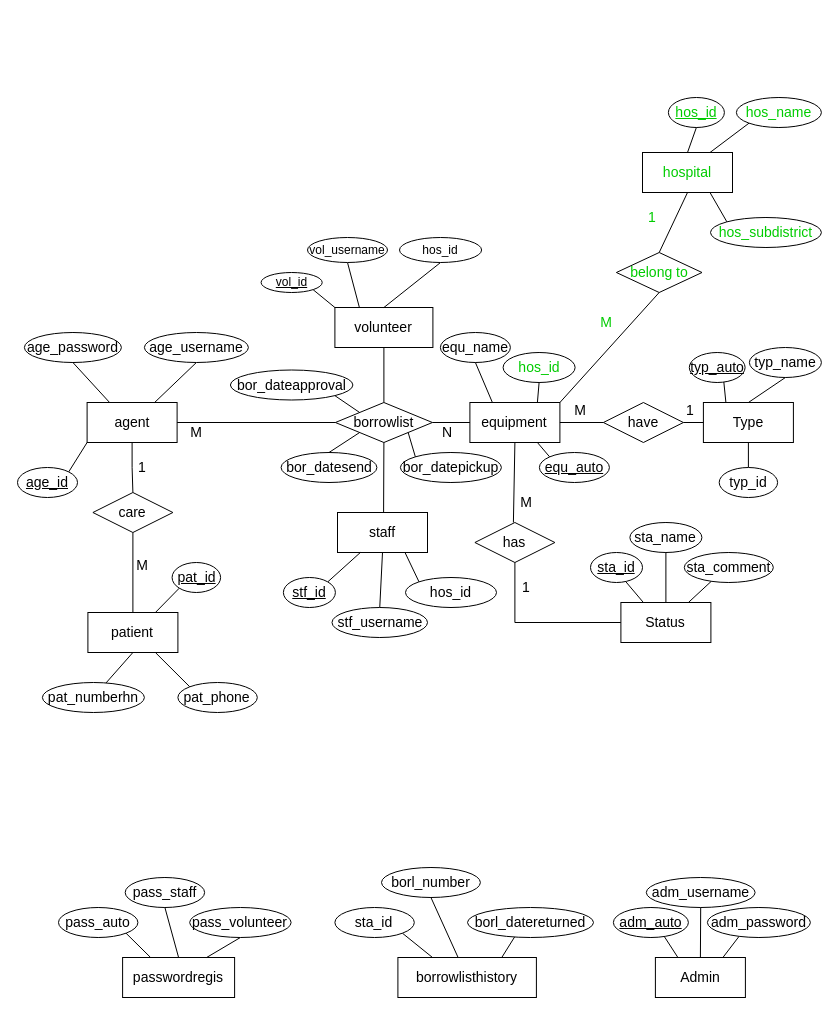
Before: ER_jmk_medstock.drawio in oown-mac/jmk_medstock_diagram, a draw.io diagram. Source tidied: cells renumbered, new cells numbered last; positions are measured from the earlier drawing's top-left corner, leaving out a move shared by most shapes. Both pictures are drawn from the tidied source at 100%, with x=0, y=0 at pixel (17, 97).
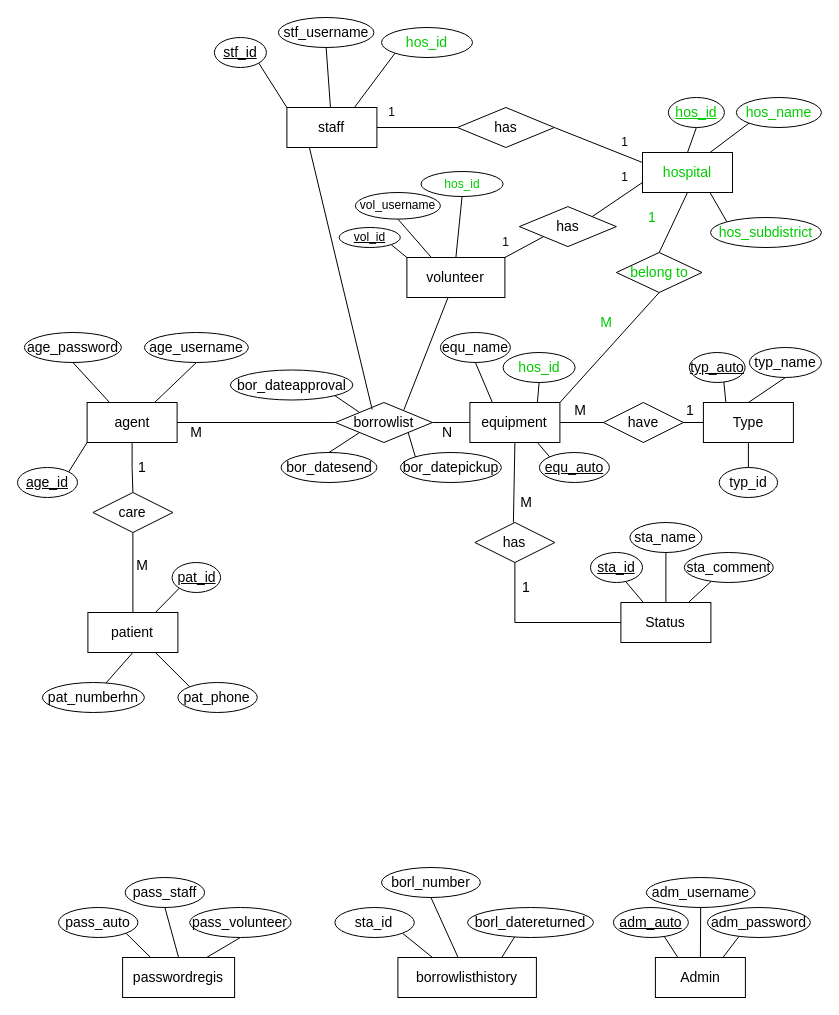
After the change.

Unchanged cells that the change refers to:
```xml
<mxCell id="12" value="borrowlist" style="rhombus;whiteSpace=wrap;html=1;fontSize=14;" parent="1" vertex="1">
  <mxGeometry x="317.9" y="305" width="97" height="40" as="geometry" />
</mxCell>
<mxCell id="68" value="&lt;font style=&quot;font-size: 14px;&quot;&gt;hospital&lt;/font&gt;" style="rounded=0;whiteSpace=wrap;html=1;fontSize=14;fontColor=#00CC00;" parent="1" vertex="1">
  <mxGeometry x="625" y="55" width="90" height="40" as="geometry" />
</mxCell>
```

Diff of the diagram source:
```diff
@@
-    <mxCell id="11" style="edgeStyle=orthogonalEdgeStyle;rounded=0;jettySize=auto;html=1;exitX=0.5;exitY=0;exitDx=0;exitDy=0;endArrow=none;endFill=0;" parent="1" edge="1" source="12" target="83">
+    <mxCell id="11" style="rounded=0;jettySize=auto;html=1;exitX=0.706;exitY=0.183;exitDx=0;exitDy=0;endArrow=none;endFill=0;exitPerimeter=0;" parent="1" edge="1" source="12" target="83">
       <mxGeometry relative="1" as="geometry" />
     </mxCell>
@@
-    <mxCell id="67" style="endArrow=none;html=1;rounded=0;exitX=0.5;exitY=0;exitDx=0;exitDy=0;entryX=0.5;entryY=1;entryDx=0;entryDy=0;fontSize=14;" parent="1" edge="1" target="12">
-      <mxGeometry relative="1" as="geometry">
-        <mxPoint x="366.1" y="415" as="sourcePoint" />
-      </mxGeometry>
-    </mxCell>
@@
     <mxCell id="83" value="&lt;font style=&quot;font-size: 14px;&quot;&gt;volunteer&lt;/font&gt;" style="rounded=0;whiteSpace=wrap;html=1;" parent="1" vertex="1">
-      <mxGeometry x="317.4" y="210" width="98" height="40" as="geometry" />
+      <mxGeometry x="389.4" y="160" width="98" height="40" as="geometry" />
     </mxCell>
@@
     <mxCell id="87" value="&lt;u&gt;vol_id&lt;/u&gt;" style="ellipse;whiteSpace=wrap;html=1;" parent="1" vertex="1">
-      <mxGeometry x="243.6" y="175" width="61.1" height="20" as="geometry" />
+      <mxGeometry x="321.7" y="130" width="61.1" height="20" as="geometry" />
     </mxCell>
@@
     <mxCell id="89" value="vol_username" style="ellipse;whiteSpace=wrap;html=1;" parent="1" vertex="1">
-      <mxGeometry x="290" y="140" width="80" height="25" as="geometry" />
+      <mxGeometry x="337.9" y="95" width="85" height="26.6" as="geometry" />
     </mxCell>
@@
-    <mxCell id="91" value="&lt;font style=&quot;color: light-dark(rgb(0, 0, 0), rgb(0, 204, 0));&quot;&gt;hos_id&lt;/font&gt;" style="ellipse;whiteSpace=wrap;html=1;" parent="1" vertex="1">
-      <mxGeometry x="382" y="140" width="82.1" height="25" as="geometry" />
+    <mxCell id="91" value="&lt;font style=&quot;color: light-dark(rgb(0, 204, 0), rgb(0, 204, 0));&quot;&gt;hos_id&lt;/font&gt;" style="ellipse;whiteSpace=wrap;html=1;" parent="1" vertex="1">
+      <mxGeometry x="403.5" y="74" width="82.1" height="25" as="geometry" />
     </mxCell>
@@
+    <mxCell id="112" style="rounded=0;jettySize=auto;html=1;exitX=0.25;exitY=1;exitDx=0;exitDy=0;entryX=0.379;entryY=0.175;entryDx=0;entryDy=0;endArrow=none;endFill=0;entryPerimeter=0;" parent="1" edge="1" source="105" target="12">
+      <mxGeometry relative="1" as="geometry" />
+    </mxCell>
     <mxCell id="105" value="&lt;div style=&quot;font-size: 14px;&quot;&gt;&lt;font style=&quot;font-size: 14px;&quot;&gt;staff&lt;/font&gt;&lt;/div&gt;" style="rounded=0;whiteSpace=wrap;html=1;fontSize=14;" parent="1" vertex="1">
-      <mxGeometry x="320" y="415" width="90" height="40" as="geometry" />
+      <mxGeometry x="269.4" y="10" width="90" height="40" as="geometry" />
     </mxCell>
-    <mxCell id="106" style="rounded=0;jettySize=auto;html=1;exitX=0;exitY=0;exitDx=0;exitDy=0;entryX=0.75;entryY=1;entryDx=0;entryDy=0;endArrow=none;endFill=0;" parent="1" edge="1" source="107" target="105">
+    <mxCell id="106" style="rounded=0;jettySize=auto;html=1;exitX=0;exitY=1;exitDx=0;exitDy=0;entryX=0.75;entryY=0;entryDx=0;entryDy=0;endArrow=none;endFill=0;" parent="1" edge="1" source="107" target="105">
       <mxGeometry relative="1" as="geometry" />
     </mxCell>
-    <mxCell id="107" value="&lt;font style=&quot;font-size: 14px; color: light-dark(rgb(0, 0, 0), rgb(0, 204, 0));&quot;&gt;hos_id&lt;/font&gt;" style="ellipse;whiteSpace=wrap;html=1;fontSize=14;" parent="1" vertex="1">
-      <mxGeometry x="388" y="480" width="91" height="30" as="geometry" />
+    <mxCell id="107" value="&lt;font style=&quot;font-size: 14px; color: light-dark(rgb(0, 204, 0), rgb(0, 204, 0));&quot;&gt;hos_id&lt;/font&gt;" style="ellipse;whiteSpace=wrap;html=1;fontSize=14;" parent="1" vertex="1">
+      <mxGeometry x="364" y="-70" width="91" height="30" as="geometry" />
     </mxCell>
-    <mxCell id="108" style="rounded=0;jettySize=auto;html=1;exitX=1;exitY=0;exitDx=0;exitDy=0;endArrow=none;endFill=0;" parent="1" edge="1" source="109" target="105">
+    <mxCell id="108" style="rounded=0;jettySize=auto;html=1;exitX=1;exitY=1;exitDx=0;exitDy=0;entryX=0;entryY=0;entryDx=0;entryDy=0;endArrow=none;endFill=0;" parent="1" edge="1" source="109" target="105">
       <mxGeometry relative="1" as="geometry" />
     </mxCell>
     <mxCell id="109" value="&lt;font style=&quot;font-size: 14px;&quot;&gt;&lt;u&gt;stf_id&lt;/u&gt;&lt;/font&gt;" style="ellipse;whiteSpace=wrap;html=1;fontSize=14;" parent="1" vertex="1">
-      <mxGeometry x="265.9" y="480" width="52" height="30" as="geometry" />
+      <mxGeometry x="196.9" y="-60" width="52" height="30" as="geometry" />
     </mxCell>
-    <mxCell id="110" style="rounded=0;jettySize=auto;html=1;exitX=0.5;exitY=0;exitDx=0;exitDy=0;entryX=0.5;entryY=1;entryDx=0;entryDy=0;endArrow=none;endFill=0;" parent="1" edge="1" source="111" target="105">
+    <mxCell id="110" style="rounded=0;jettySize=auto;html=1;exitX=0.5;exitY=1;exitDx=0;exitDy=0;endArrow=none;endFill=0;" parent="1" edge="1" source="111" target="105">
       <mxGeometry relative="1" as="geometry" />
     </mxCell>
     <mxCell id="111" value="&lt;font style=&quot;font-size: 14px;&quot;&gt;stf_username&lt;/font&gt;" style="ellipse;whiteSpace=wrap;html=1;fontSize=14;" parent="1" vertex="1">
-      <mxGeometry x="314.5" y="510" width="95.5" height="30" as="geometry" />
+      <mxGeometry x="260.9" y="-80" width="95.5" height="30" as="geometry" />
     </mxCell>
+    <mxCell id="113" style="rounded=0;jettySize=auto;html=1;exitX=1;exitY=0;exitDx=0;exitDy=0;entryX=0;entryY=0.75;entryDx=0;entryDy=0;endArrow=none;endFill=0;" parent="1" edge="1" source="115" target="68">
+      <mxGeometry relative="1" as="geometry" />
+    </mxCell>
+    <mxCell id="114" style="rounded=0;jettySize=auto;html=1;exitX=0;exitY=1;exitDx=0;exitDy=0;entryX=1;entryY=0;entryDx=0;entryDy=0;endArrow=none;endFill=0;" parent="1" edge="1" source="115" target="83">
+      <mxGeometry relative="1" as="geometry" />
+    </mxCell>
+    <mxCell id="115" value="has" style="rhombus;whiteSpace=wrap;html=1;fontSize=14;" parent="1" vertex="1">
+      <mxGeometry x="501.9" y="109.1" width="97" height="40" as="geometry" />
+    </mxCell>
+    <mxCell id="116" style="rounded=0;jettySize=auto;html=1;exitX=0;exitY=0.5;exitDx=0;exitDy=0;entryX=1;entryY=0.5;entryDx=0;entryDy=0;endArrow=none;endFill=0;" parent="1" edge="1" source="118" target="105">
+      <mxGeometry relative="1" as="geometry" />
+    </mxCell>
+    <mxCell id="117" style="rounded=0;jettySize=auto;html=1;entryX=0;entryY=0.25;entryDx=0;entryDy=0;endArrow=none;endFill=0;exitX=1;exitY=0.5;exitDx=0;exitDy=0;" parent="1" edge="1" source="118" target="68">
+      <mxGeometry relative="1" as="geometry" />
+    </mxCell>
+    <mxCell id="118" value="has" style="rhombus;whiteSpace=wrap;html=1;fontSize=14;" parent="1" vertex="1">
+      <mxGeometry x="439.9" y="10" width="97" height="40" as="geometry" />
+    </mxCell>
+    <mxCell id="119" value="1" style="text;html=1;align=center;verticalAlign=middle;strokeColor=none;fillColor=none;" parent="1" vertex="1">
+      <mxGeometry x="359.4" width="30" height="30" as="geometry" />
+    </mxCell>
+    <mxCell id="120" value="1" style="text;html=1;align=center;verticalAlign=middle;strokeColor=none;fillColor=none;" parent="1" vertex="1">
+      <mxGeometry x="591.9" y="30" width="30" height="30" as="geometry" />
+    </mxCell>
+    <mxCell id="121" value="1" style="text;html=1;align=center;verticalAlign=middle;strokeColor=none;fillColor=none;" parent="1" vertex="1">
+      <mxGeometry x="591.9" y="65" width="30" height="30" as="geometry" />
+    </mxCell>
+    <mxCell id="122" value="1" style="text;html=1;align=center;verticalAlign=middle;strokeColor=none;fillColor=none;" parent="1" vertex="1">
+      <mxGeometry x="473.4" y="130" width="30" height="30" as="geometry" />
+    </mxCell>
```
